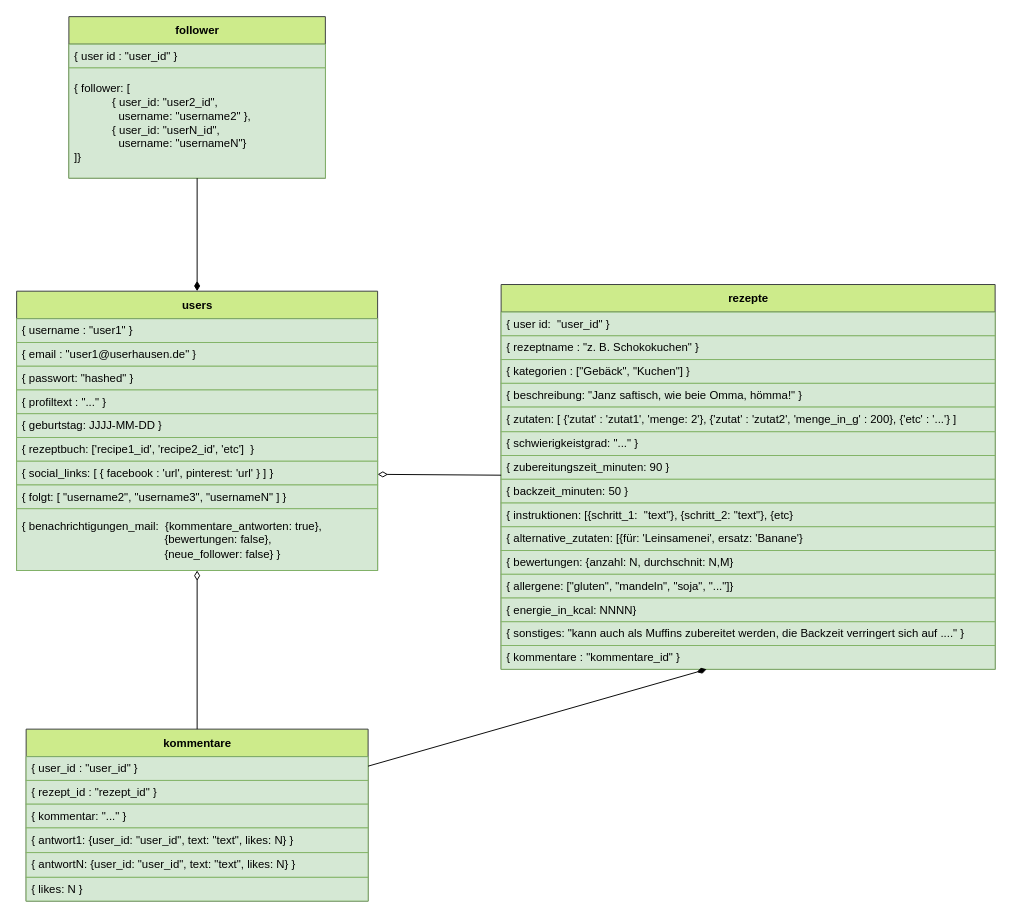
Earlier version of the draw.io diagram klassendiagramm.drawio (MaPankow/MongoDB_Rezepte_Social_Network). Source tidied: cells renumbered, new cells numbered last; positions are measured from the earlier drawing's top-left corner, leaving out a move shared by most shapes. Both pictures are drawn from the tidied source at 95%, with x=0, y=0 at pixel (16, 16).
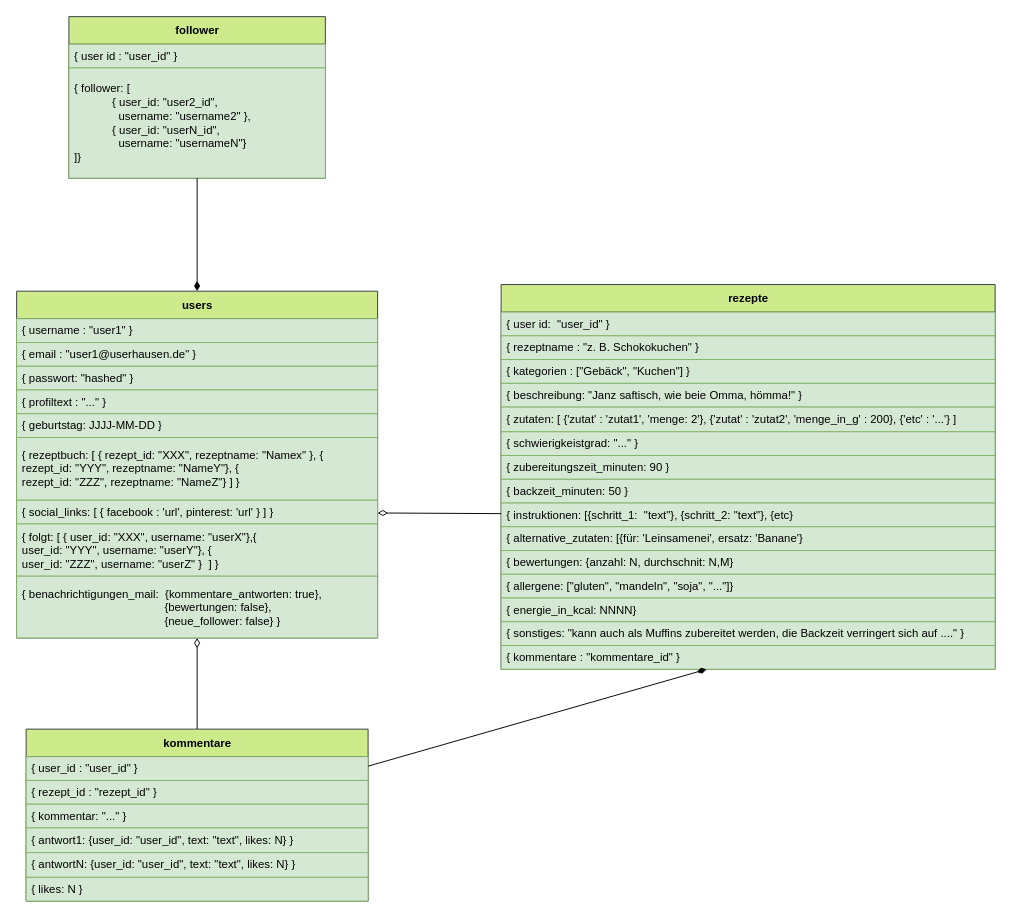
Above is the later version.

Unchanged cells that the change refers to:
```xml
<mxCell id="15" value="rezepte" style="swimlane;fontStyle=1;align=center;verticalAlign=middle;horizontal=1;startSize=29;html=1;fillColor=#cdeb8b;strokeColor=#36393d;" parent="1" vertex="1">
  <mxGeometry x="510" y="282" width="520" height="405" as="geometry" />
</mxCell>
<mxCell id="24" value="{ instruktionen: [{schritt_1:&amp;nbsp; &quot;text&quot;}, {schritt_2: &quot;text&quot;}, {etc}" style="text;html=1;strokeColor=#82b366;fillColor=#d5e8d4;align=left;verticalAlign=middle;spacingLeft=4;spacingRight=4;overflow=hidden;points=[[0,0.5],[1,0.5]];portConstraint=eastwest;" parent="15" vertex="1">
  <mxGeometry y="230" width="520" height="25" as="geometry" />
</mxCell>
```

What changed in the source:
```diff
@@
     <mxCell id="2" value="users" style="swimlane;fontStyle=1;align=center;verticalAlign=middle;horizontal=1;startSize=29;html=1;fillColor=#cdeb8b;strokeColor=#36393d;" parent="1" vertex="1">
-      <mxGeometry y="289" width="380" height="294" as="geometry" />
+      <mxGeometry y="289" width="380" height="365" as="geometry" />
     </mxCell>
@@
-    <mxCell id="8" value="{ rezeptbuch: ['recipe1_id', 'recipe2_id', 'etc']&amp;nbsp;&amp;nbsp;}" style="text;html=1;strokeColor=#82b366;fillColor=#d5e8d4;align=left;verticalAlign=middle;spacingLeft=4;spacingRight=4;overflow=hidden;" parent="2" vertex="1">
-      <mxGeometry y="154" width="380" height="25" as="geometry" />
+    <mxCell id="8" value="{ rezeptbuch: [ { rezept_id: &quot;XXX&quot;, rezeptname: &quot;Namex&quot; }, {&lt;br&gt;rezept_id: &quot;YYY&quot;, rezeptname: &quot;NameY&quot;}, {&lt;br&gt;rezept_id: &quot;ZZZ&quot;, rezeptname: &quot;NameZ&quot;} ] }" style="text;html=1;strokeColor=#82b366;fillColor=#d5e8d4;align=left;verticalAlign=middle;spacingLeft=4;spacingRight=4;overflow=hidden;" parent="2" vertex="1">
+      <mxGeometry y="154" width="380" height="66" as="geometry" />
     </mxCell>
     <mxCell id="9" value="{ social_links: [ { facebook : 'url', pinterest: 'url' } ] }" style="text;html=1;strokeColor=#82b366;fillColor=#d5e8d4;align=left;verticalAlign=middle;spacingLeft=4;spacingRight=4;overflow=hidden;points=[[0,0.5],[1,0.5]];portConstraint=eastwest;" parent="2" vertex="1">
-      <mxGeometry y="179" width="380" height="25" as="geometry" />
+      <mxGeometry y="220" width="380" height="25" as="geometry" />
     </mxCell>
-    <mxCell id="10" value="{ folgt: [ &quot;username2&quot;, &quot;username3&quot;, &quot;usernameN&quot; ] }" style="text;html=1;strokeColor=#82b366;fillColor=#d5e8d4;align=left;verticalAlign=middle;spacingLeft=4;spacingRight=4;overflow=hidden;" parent="2" vertex="1">
-      <mxGeometry y="204" width="380" height="25" as="geometry" />
+    <mxCell id="10" value="{ folgt: [ { user_id: &quot;XXX&quot;, username: &quot;userX&quot;},{&lt;br&gt;user_id: &quot;YYY&quot;, username: &quot;userY&quot;}, {&lt;br&gt;user_id: &quot;ZZZ&quot;, username: &quot;userZ&quot; }&amp;nbsp;&amp;nbsp;] }" style="text;html=1;strokeColor=#82b366;fillColor=#d5e8d4;align=left;verticalAlign=middle;spacingLeft=4;spacingRight=4;overflow=hidden;" parent="2" vertex="1">
+      <mxGeometry y="245" width="380" height="55" as="geometry" />
     </mxCell>
     <mxCell id="11" value="{ benachrichtigungen_mail:&amp;nbsp;&lt;span style=&quot;border-color: var(--border-color);&quot;&gt;&#9;&lt;/span&gt;{kommentare_antworten: true},&lt;br style=&quot;border-color: var(--border-color);&quot;&gt;&lt;span style=&quot;border-color: var(--border-color);&quot;&gt;&#9;&lt;/span&gt;&lt;span style=&quot;border-color: var(--border-color);&quot;&gt;&#9;&lt;/span&gt;&lt;span style=&quot;border-color: var(--border-color);&quot;&gt;&#9;&lt;/span&gt;&lt;span style=&quot;border-color: var(--border-color);&quot;&gt;&#9;&lt;/span&gt;&lt;span style=&quot;border-color: var(--border-color);&quot;&gt;&#9;&lt;span style=&quot;border-color: var(--border-color);&quot;&gt;&#9;&lt;/span&gt;&lt;/span&gt;&lt;span style=&quot;white-space: pre;&quot;&gt;&#9;&lt;/span&gt;&lt;span style=&quot;white-space: pre;&quot;&gt;&#9;&lt;/span&gt;&lt;span style=&quot;white-space: pre;&quot;&gt;&#9;&lt;/span&gt;&lt;span style=&quot;white-space: pre;&quot;&gt;&#9;&lt;/span&gt;&lt;span style=&quot;white-space: pre;&quot;&gt;&#9;&lt;/span&gt;&amp;nbsp; &amp;nbsp; &amp;nbsp;{bewertungen: false},&lt;br style=&quot;border-color: var(--border-color);&quot;&gt;&lt;span style=&quot;border-color: var(--border-color);&quot;&gt;&#9;&lt;/span&gt;&lt;span style=&quot;border-color: var(--border-color);&quot;&gt;&#9;&lt;/span&gt;&lt;span style=&quot;border-color: var(--border-color);&quot;&gt;&#9;&lt;/span&gt;&lt;span style=&quot;border-color: var(--border-color);&quot;&gt;&#9;&lt;/span&gt;&lt;span style=&quot;border-color: var(--border-color);&quot;&gt;&#9;&lt;span style=&quot;border-color: var(--border-color);&quot;&gt;&#9;&lt;/span&gt;&lt;/span&gt;&lt;span style=&quot;white-space: pre;&quot;&gt;&#9;&lt;/span&gt;&lt;span style=&quot;white-space: pre;&quot;&gt;&#9;&lt;/span&gt;&lt;span style=&quot;white-space: pre;&quot;&gt;&#9;&lt;/span&gt;&lt;span style=&quot;white-space: pre;&quot;&gt;&#9;&lt;/span&gt;&lt;span style=&quot;white-space: pre;&quot;&gt;&#9;&lt;/span&gt;&amp;nbsp; &amp;nbsp; &amp;nbsp;{neue_follower: false} }" style="text;html=1;strokeColor=#82b366;fillColor=#d5e8d4;align=left;verticalAlign=middle;spacingLeft=4;spacingRight=4;overflow=hidden;points=[[0,0.5],[1,0.5]];portConstraint=eastwest;" parent="2" vertex="1">
-      <mxGeometry y="229" width="380" height="65" as="geometry" />
+      <mxGeometry y="300" width="380" height="65" as="geometry" />
     </mxCell>
@@
-    <mxCell id="38" style="endArrow=none;startArrow=diamondThin;endFill=0;startFill=0;html=1;verticalAlign=bottom;labelBackgroundColor=none;strokeWidth=1;startSize=8;endSize=8;" parent="1" edge="1" source="9" target="15">
+    <mxCell id="38" style="endArrow=none;startArrow=diamondThin;endFill=0;startFill=0;html=1;verticalAlign=bottom;labelBackgroundColor=none;strokeWidth=1;startSize=8;endSize=8;" parent="1" edge="1" source="9" target="24">
       <mxGeometry relative="1" as="geometry" />
     </mxCell>
```
